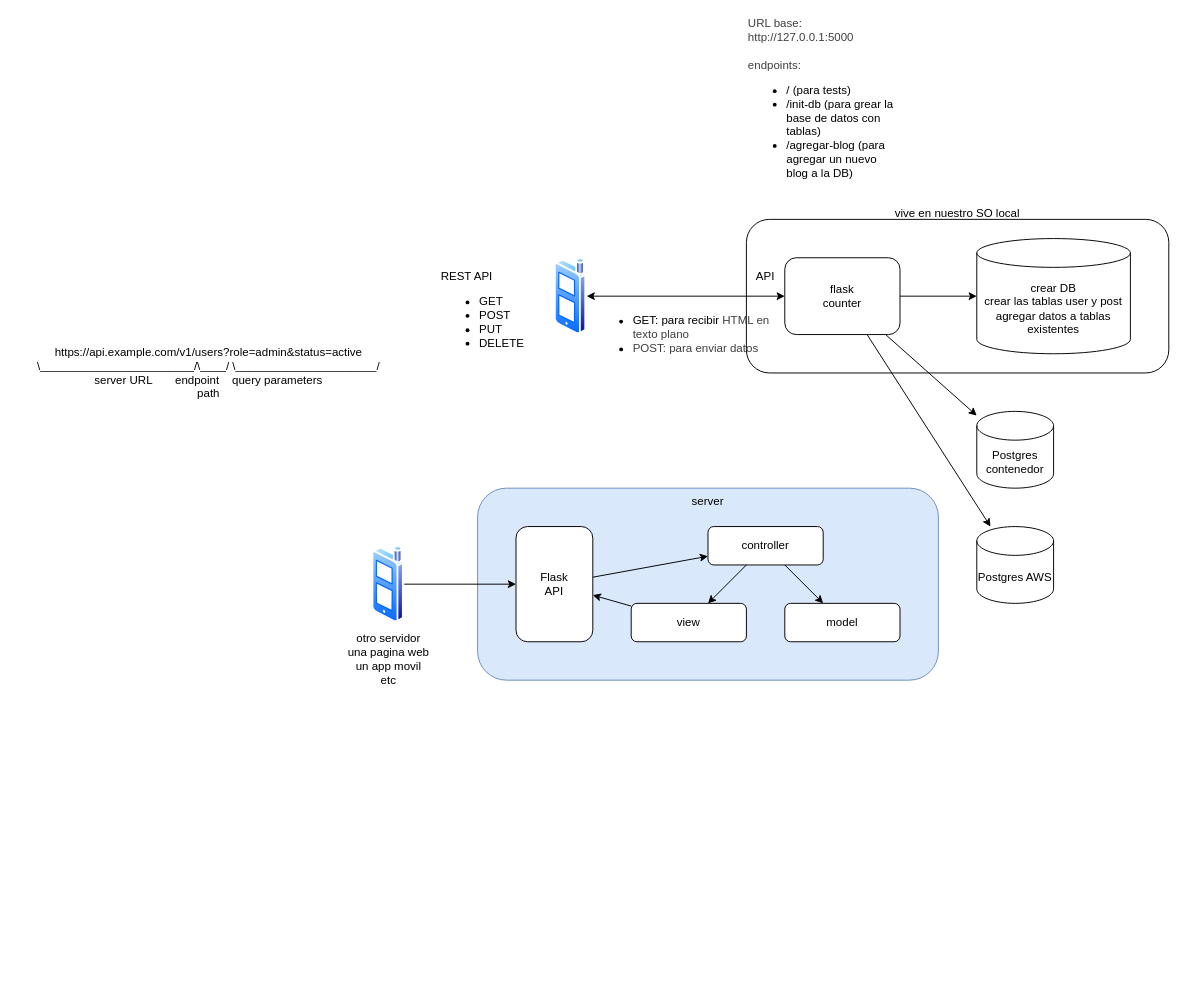
This is diagram.dio from josueelias9/cibertec-clase, a draw.io file, before an edit. Source tidied: cells renumbered, new cells numbered last; positions are measured from the earlier drawing's top-left corner, leaving out a move shared by most shapes. Both pictures are drawn from the tidied source at 96%, with x=0, y=0 at pixel (16, 27).
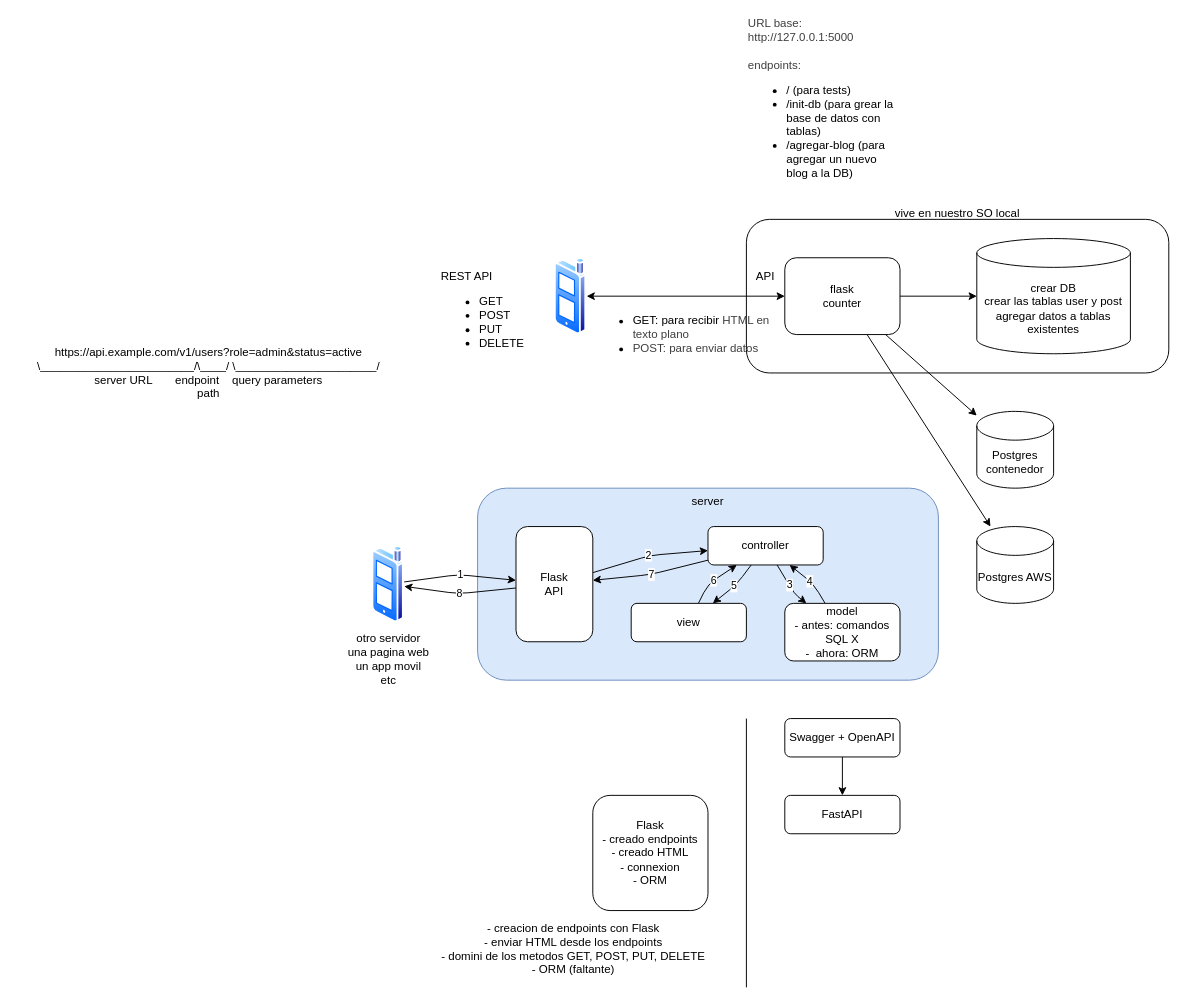
Above is the later version.

The change refers to these unchanged cells:
```xml
<mxCell id="14" value="controller" style="rounded=1;whiteSpace=wrap;html=1;" parent="1" vertex="1">
  <mxGeometry x="720" y="520" width="120" height="40" as="geometry" />
</mxCell>
<mxCell id="17" value="view" style="rounded=1;whiteSpace=wrap;html=1;" parent="1" vertex="1">
  <mxGeometry x="640" y="600" width="120" height="40" as="geometry" />
</mxCell>
<mxCell id="19" value="otro servidor&lt;div&gt;una pagina web&lt;/div&gt;&lt;div&gt;un app movil&lt;/div&gt;&lt;div&gt;etc&lt;/div&gt;" style="image;perimeter=ellipsePerimeter;html=1;align=center;shadow=0;dashed=0;spacingTop=3;image=img/lib/active_directory/cell_phone.svg;" parent="1" vertex="1">
  <mxGeometry x="370" y="540" width="33.6" height="80" as="geometry" />
</mxCell>
<mxCell id="23" value="Flask&lt;div&gt;API&lt;/div&gt;" style="rounded=1;whiteSpace=wrap;html=1;" parent="1" vertex="1">
  <mxGeometry x="520" y="520" width="80" height="120" as="geometry" />
</mxCell>
```

What changed in the source:
```diff
@@
-    <mxCell id="12" style="edgeStyle=none;html=1;" parent="1" edge="1" source="14" target="15">
-      <mxGeometry relative="1" as="geometry" />
+    <mxCell id="12" value="3" style="edgeStyle=none;html=1;" parent="1" edge="1" source="14" target="15">
+      <mxGeometry relative="1" as="geometry">
+        <Array as="points">
+          <mxPoint x="810" y="590" />
+        </Array>
+      </mxGeometry>
     </mxCell>
-    <mxCell id="13" style="edgeStyle=none;html=1;" parent="1" edge="1" source="14" target="17">
-      <mxGeometry relative="1" as="geometry" />
+    <mxCell id="13" value="5" style="edgeStyle=none;html=1;" parent="1" edge="1" source="14" target="17">
+      <mxGeometry relative="1" as="geometry">
+        <Array as="points">
+          <mxPoint x="750" y="580" />
+        </Array>
+      </mxGeometry>
     </mxCell>
@@
+    <mxCell id="28" value="4" style="edgeStyle=none;html=1;" parent="1" edge="1" source="15" target="14">
+      <mxGeometry relative="1" as="geometry">
+        <Array as="points">
+          <mxPoint x="830" y="580" />
+        </Array>
+      </mxGeometry>
+    </mxCell>
-    <mxCell id="15" value="model" style="rounded=1;whiteSpace=wrap;html=1;" parent="1" vertex="1">
-      <mxGeometry x="800" y="600" width="120" height="40" as="geometry" />
+    <mxCell id="15" value="model&lt;div&gt;- antes: comandos SQL X&lt;/div&gt;&lt;div&gt;-&amp;nbsp; ahora: ORM&lt;/div&gt;" style="rounded=1;whiteSpace=wrap;html=1;" parent="1" vertex="1">
+      <mxGeometry x="800" y="600" width="120" height="60" as="geometry" />
     </mxCell>
-    <mxCell id="16" style="edgeStyle=none;html=1;" parent="1" edge="1" source="17" target="23">
-      <mxGeometry relative="1" as="geometry" />
+    <mxCell id="16" value="7" style="edgeStyle=none;html=1;" parent="1" edge="1" source="14" target="23">
+      <mxGeometry relative="1" as="geometry">
+        <Array as="points">
+          <mxPoint x="660" y="570" />
+        </Array>
+      </mxGeometry>
     </mxCell>
+    <mxCell id="29" value="6" style="edgeStyle=none;html=1;" parent="1" edge="1" source="17" target="14">
+      <mxGeometry relative="1" as="geometry">
+        <Array as="points">
+          <mxPoint x="720" y="580" />
+        </Array>
+      </mxGeometry>
+    </mxCell>
@@
-    <mxCell id="18" style="edgeStyle=none;html=1;" parent="1" edge="1" source="19" target="23">
-      <mxGeometry relative="1" as="geometry" />
+    <mxCell id="18" value="1" style="edgeStyle=none;html=1;" parent="1" edge="1" source="19" target="23">
+      <mxGeometry relative="1" as="geometry">
+        <Array as="points">
+          <mxPoint x="460" y="570" />
+        </Array>
+      </mxGeometry>
     </mxCell>
@@
-    <mxCell id="22" style="edgeStyle=none;html=1;" parent="1" edge="1" source="23" target="14">
-      <mxGeometry relative="1" as="geometry" />
+    <mxCell id="22" value="2" style="edgeStyle=none;html=1;" parent="1" edge="1" source="23" target="14">
+      <mxGeometry relative="1" as="geometry">
+        <Array as="points">
+          <mxPoint x="660" y="550" />
+        </Array>
+      </mxGeometry>
     </mxCell>
+    <mxCell id="30" value="8" style="edgeStyle=none;html=1;" parent="1" edge="1" source="23" target="19">
+      <mxGeometry relative="1" as="geometry">
+        <Array as="points">
+          <mxPoint x="460" y="590" />
+        </Array>
+      </mxGeometry>
+    </mxCell>
@@
+    <mxCell id="31" value="Flask&lt;div&gt;- creado endpoints&lt;/div&gt;&lt;div&gt;- creado HTML&lt;/div&gt;&lt;div&gt;- connexion&lt;/div&gt;&lt;div&gt;- ORM&lt;/div&gt;" style="rounded=1;whiteSpace=wrap;html=1;" parent="1" vertex="1">
+      <mxGeometry x="600" y="800" width="120" height="120" as="geometry" />
+    </mxCell>
+    <mxCell id="32" style="edgeStyle=none;html=1;" parent="1" edge="1" source="33" target="34">
+      <mxGeometry relative="1" as="geometry" />
+    </mxCell>
+    <mxCell id="33" value="Swagger + OpenAPI" style="rounded=1;whiteSpace=wrap;html=1;" parent="1" vertex="1">
+      <mxGeometry x="800" y="720" width="120" height="40" as="geometry" />
+    </mxCell>
+    <mxCell id="34" value="FastAPI" style="rounded=1;whiteSpace=wrap;html=1;" parent="1" vertex="1">
+      <mxGeometry x="800" y="800" width="120" height="40" as="geometry" />
+    </mxCell>
+    <mxCell id="35" value="- creacion de endpoints con Flask&lt;div&gt;- enviar HTML desde los endpoints&lt;/div&gt;&lt;div&gt;- domini de los metodos GET, POST, PUT, DELETE&lt;/div&gt;&lt;div&gt;- ORM (faltante)&lt;/div&gt;" style="text;html=1;align=center;verticalAlign=middle;whiteSpace=wrap;rounded=0;" parent="1" vertex="1">
+      <mxGeometry x="440" y="920" width="280" height="80" as="geometry" />
+    </mxCell>
+    <mxCell id="36" style="endArrow=none;html=1;" parent="1" edge="1">
+      <mxGeometry relative="1" as="geometry">
+        <mxPoint x="760" y="1000" as="sourcePoint" />
+        <mxPoint x="760" y="720" as="targetPoint" />
+      </mxGeometry>
+    </mxCell>
```
